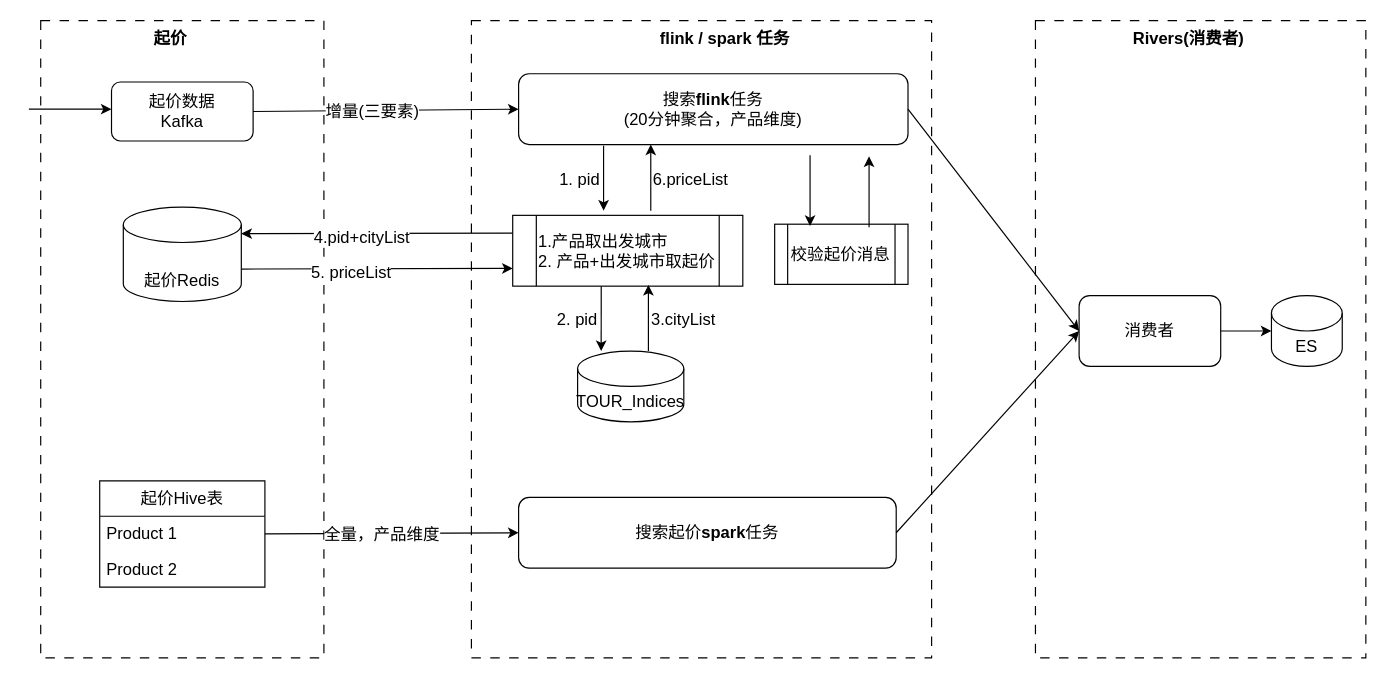
This is 索引起价更新.drawio from haiyang1985/draw-io, a draw.io file, before an edit. Source tidied: cells renumbered, new cells numbered last; positions are measured from the earlier drawing's top-left corner, leaving out a move shared by most shapes. Both pictures are drawn from the tidied source at 118%, with x=0, y=0 at pixel (28, 20).
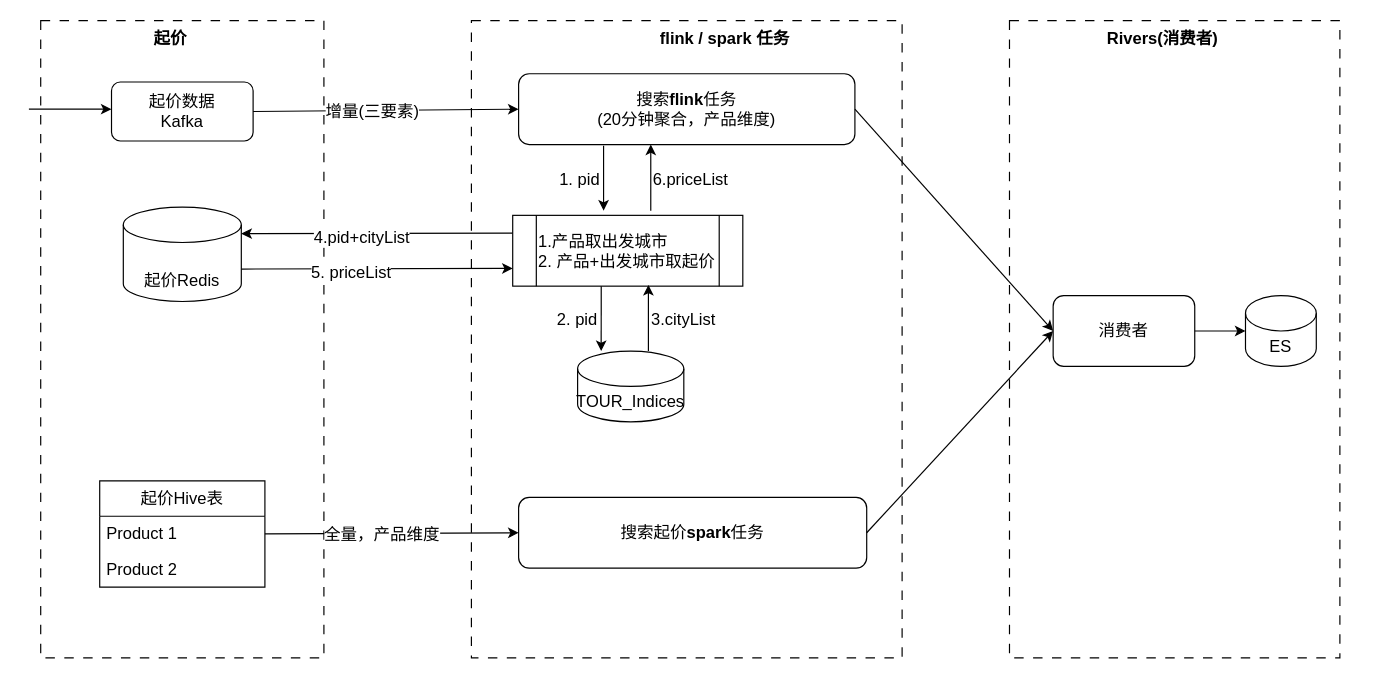
The same page after the edit.

Commit message:
更新索引起价更新.drawio

Diff of the diagram source:
```diff
@@
     <mxCell id="2" style="rounded=0;whiteSpace=wrap;html=1;fontSize=14;dashed=1;dashPattern=8 8;" parent="1" vertex="1">
-      <mxGeometry x="375" width="390" height="540" as="geometry" />
+      <mxGeometry x="375" width="365" height="540" as="geometry" />
     </mxCell>
     <mxCell id="3" style="rounded=0;whiteSpace=wrap;html=1;fontSize=14;dashed=1;dashPattern=8 8;" parent="1" vertex="1">
-      <mxGeometry x="853" width="280" height="540" as="geometry" />
+      <mxGeometry x="831" width="280" height="540" as="geometry" />
     </mxCell>
@@
     <mxCell id="7" value="Rivers(消费者)" style="text;html=1;whiteSpace=wrap;strokeColor=none;fillColor=none;align=center;verticalAlign=middle;rounded=0;fontSize=14;fontStyle=1;" parent="1" vertex="1">
-      <mxGeometry x="933" width="100" height="30" as="geometry" />
+      <mxGeometry x="911" width="100" height="30" as="geometry" />
     </mxCell>
@@
     <mxCell id="9" value="搜索&lt;b&gt;flink&lt;/b&gt;任务&lt;div&gt;(20分钟聚合，产品维度)&lt;/div&gt;" style="rounded=1;whiteSpace=wrap;html=1;fontSize=14;" parent="1" vertex="1">
-      <mxGeometry x="415" y="45" width="330" height="60" as="geometry" />
+      <mxGeometry x="415" y="45" width="285" height="60" as="geometry" />
     </mxCell>
@@
-    <mxCell id="12" value="校验起价消息" style="shape=process;whiteSpace=wrap;html=1;backgroundOutline=1;fontSize=14;" parent="1" vertex="1">
-      <mxGeometry x="632" y="172.5" width="113" height="51" as="geometry" />
-    </mxCell>
-    <mxCell id="13" style="endArrow=classic;html=1;rounded=0;fontSize=14;" parent="1" edge="1">
-      <mxGeometry relative="1" as="geometry">
-        <mxPoint x="662" y="114" as="sourcePoint" />
-        <mxPoint x="662" y="174" as="targetPoint" />
-      </mxGeometry>
-    </mxCell>
-    <mxCell id="14" style="endArrow=classic;html=1;rounded=0;fontSize=14;" parent="1" edge="1">
-      <mxGeometry relative="1" as="geometry">
-        <mxPoint x="712" y="175" as="sourcePoint" />
-        <mxPoint x="712" y="115" as="targetPoint" />
-      </mxGeometry>
-    </mxCell>
     <mxCell id="15" value="ES" style="shape=cylinder3;whiteSpace=wrap;html=1;boundedLbl=1;backgroundOutline=1;size=15;fontSize=14;" parent="1" vertex="1">
-      <mxGeometry x="1053" y="233" width="60" height="60" as="geometry" />
+      <mxGeometry x="1031" y="233" width="60" height="60" as="geometry" />
     </mxCell>
     <mxCell id="16" value="消费者" style="rounded=1;whiteSpace=wrap;html=1;fontSize=14;" parent="1" vertex="1">
-      <mxGeometry x="890" y="233" width="120" height="60" as="geometry" />
+      <mxGeometry x="868" y="233" width="120" height="60" as="geometry" />
     </mxCell>
@@
     <mxCell id="18" style="endArrow=classic;html=1;rounded=0;exitX=1;exitY=0.5;exitDx=0;exitDy=0;fontSize=14;" parent="1" edge="1" source="16">
       <mxGeometry relative="1" as="geometry">
-        <mxPoint x="1053" y="263" as="targetPoint" />
+        <mxPoint x="1031" y="263" as="targetPoint" />
       </mxGeometry>
     </mxCell>
@@
     <mxCell id="38" value="搜索起价&lt;b&gt;spark&lt;/b&gt;任务" style="rounded=1;whiteSpace=wrap;html=1;fontSize=14;" parent="1" vertex="1">
-      <mxGeometry x="415" y="404" width="320" height="60" as="geometry" />
+      <mxGeometry x="415" y="404" width="295" height="60" as="geometry" />
     </mxCell>
```
